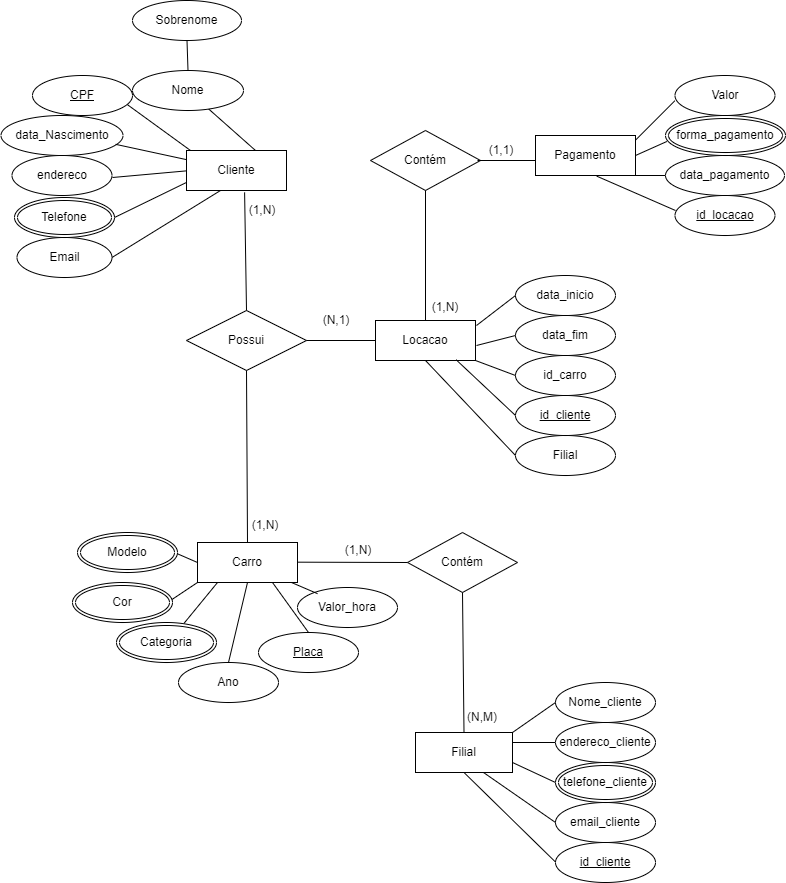
Kelly-Prone/diagramas keeps this draw.io diagram as Mapa_BD1.drawio.png. Above is the earlier version. Source tidied: cells renumbered, new cells last; positions are measured from the earlier drawing's top-left corner, leaving out a move shared by most shapes.
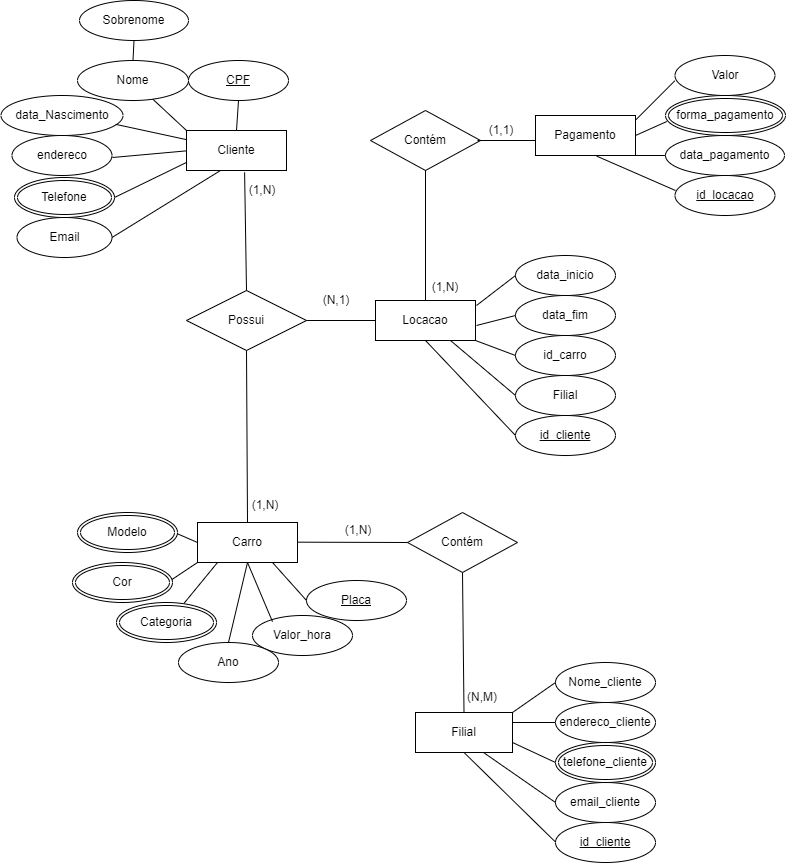
The same file after the commit.

The edit, as a diff of the source:
```diff
@@ -3,21 +3,19 @@
     <mxCell id="0" />
     <mxCell id="1" parent="0" />
     <mxCell id="2" value="Sobrenome" style="ellipse;whiteSpace=wrap;html=1;labelBackgroundColor=none;rounded=0;" parent="1" vertex="1">
-      <mxGeometry x="132" width="109" height="40" as="geometry" />
+      <mxGeometry x="79" y="20" width="109" height="40" as="geometry" />
     </mxCell>
     <mxCell id="3" value="data_Nascimento" style="ellipse;whiteSpace=wrap;html=1;labelBackgroundColor=none;rounded=0;" parent="1" vertex="1">
       <mxGeometry x="0.5" y="115" width="122" height="40" as="geometry" />
     </mxCell>
     <mxCell id="4" value="Nome" style="ellipse;whiteSpace=wrap;html=1;labelBackgroundColor=none;rounded=0;" parent="1" vertex="1">
-      <mxGeometry x="132" y="70" width="111" height="40" as="geometry" />
+      <mxGeometry x="77" y="80" width="111" height="40" as="geometry" />
     </mxCell>
     <mxCell id="5" value="Email" style="ellipse;whiteSpace=wrap;html=1;labelBackgroundColor=none;rounded=0;" parent="1" vertex="1">
       <mxGeometry x="16.5" y="237" width="95" height="40" as="geometry" />
     </mxCell>
-    <mxCell id="6" style="endArrow=none;html=1;rounded=0;labelBackgroundColor=none;fontColor=default;" parent="1" edge="1" target="4">
-      <mxGeometry relative="1" as="geometry">
-        <mxPoint x="255" y="150" as="sourcePoint" />
-      </mxGeometry>
+    <mxCell id="6" style="endArrow=none;html=1;rounded=0;labelBackgroundColor=none;fontColor=default;exitX=0;exitY=0;exitDx=0;exitDy=0;" parent="1" edge="1" source="13" target="4">
+      <mxGeometry relative="1" as="geometry" />
     </mxCell>
     <mxCell id="7" style="endArrow=none;html=1;rounded=0;entryX=0.5;entryY=1;entryDx=0;entryDy=0;labelBackgroundColor=none;fontColor=default;exitX=0.5;exitY=0;exitDx=0;exitDy=0;" parent="1" edge="1" source="4" target="2">
       <mxGeometry relative="1" as="geometry" />
@@ -32,10 +30,8 @@
         <mxPoint x="190" y="180" as="targetPoint" />
       </mxGeometry>
     </mxCell>
-    <mxCell id="10" style="endArrow=none;html=1;rounded=0;entryX=0.947;entryY=0.725;entryDx=0;entryDy=0;entryPerimeter=0;labelBackgroundColor=none;fontColor=default;exitX=0;exitY=0;exitDx=0;exitDy=0;" parent="1" edge="1" target="16">
-      <mxGeometry relative="1" as="geometry">
-        <mxPoint x="190" y="150" as="sourcePoint" />
-      </mxGeometry>
+    <mxCell id="10" style="endArrow=none;html=1;rounded=0;entryX=0.5;entryY=1;entryDx=0;entryDy=0;labelBackgroundColor=none;fontColor=default;exitX=0.5;exitY=0;exitDx=0;exitDy=0;" parent="1" edge="1" source="13" target="16">
+      <mxGeometry relative="1" as="geometry" />
     </mxCell>
     <mxCell id="11" style="endArrow=none;html=1;rounded=0;entryX=0;entryY=0.5;entryDx=0;entryDy=0;labelBackgroundColor=none;fontColor=default;" parent="1" edge="1">
       <mxGeometry relative="1" as="geometry">
@@ -58,24 +54,22 @@
       <mxGeometry x="14" y="197" width="100" height="40" as="geometry" />
     </mxCell>
     <mxCell id="16" value="CPF" style="ellipse;whiteSpace=wrap;html=1;align=center;fontStyle=4;" parent="1" vertex="1">
-      <mxGeometry x="32" y="75" width="100" height="40" as="geometry" />
+      <mxGeometry x="188" y="80" width="100" height="40" as="geometry" />
     </mxCell>
     <mxCell id="17" value="Possui" style="shape=rhombus;perimeter=rhombusPerimeter;whiteSpace=wrap;html=1;align=center;" parent="1" vertex="1">
       <mxGeometry x="186" y="310" width="120" height="60" as="geometry" />
     </mxCell>
     <mxCell id="18" value="Valor_hora" style="ellipse;whiteSpace=wrap;html=1;align=center;" parent="1" vertex="1">
-      <mxGeometry x="297" y="587" width="100" height="40" as="geometry" />
+      <mxGeometry x="252" y="635" width="100" height="40" as="geometry" />
     </mxCell>
     <mxCell id="19" value="Placa" style="ellipse;whiteSpace=wrap;html=1;align=center;fontStyle=4;" parent="1" vertex="1">
-      <mxGeometry x="258" y="632" width="100" height="40" as="geometry" />
+      <mxGeometry x="306" y="600" width="100" height="40" as="geometry" />
     </mxCell>
-    <mxCell id="20" style="endArrow=none;html=1;rounded=0;entryX=0.75;entryY=1;entryDx=0;entryDy=0;exitX=0.5;exitY=0;exitDx=0;exitDy=0;" parent="1" edge="1" source="19" target="14">
+    <mxCell id="20" style="endArrow=none;html=1;rounded=0;entryX=0.75;entryY=1;entryDx=0;entryDy=0;exitX=0;exitY=0.5;exitDx=0;exitDy=0;" parent="1" edge="1" source="19" target="14">
       <mxGeometry relative="1" as="geometry" />
     </mxCell>
-    <mxCell id="21" style="endArrow=none;html=1;rounded=0;entryX=0.5;entryY=1;entryDx=0;entryDy=0;exitX=0.2;exitY=0.154;exitDx=0;exitDy=0;exitPerimeter=0;" parent="1" edge="1" source="18">
-      <mxGeometry relative="1" as="geometry">
-        <mxPoint x="291" y="582" as="targetPoint" />
-      </mxGeometry>
+    <mxCell id="21" style="endArrow=none;html=1;rounded=0;entryX=0.5;entryY=1;entryDx=0;entryDy=0;exitX=0.2;exitY=0.154;exitDx=0;exitDy=0;exitPerimeter=0;" parent="1" edge="1" source="18" target="14">
+      <mxGeometry relative="1" as="geometry" />
     </mxCell>
     <mxCell id="22" style="endArrow=none;html=1;rounded=0;entryX=0.5;entryY=1;entryDx=0;entryDy=0;" parent="1" edge="1">
       <mxGeometry relative="1" as="geometry">
@@ -151,10 +145,10 @@
         <mxPoint x="476" y="345" as="sourcePoint" />
       </mxGeometry>
     </mxCell>
-    <mxCell id="42" style="endArrow=none;html=1;rounded=0;entryX=0;entryY=0.5;entryDx=0;entryDy=0;exitX=0.5;exitY=1;exitDx=0;exitDy=0;" parent="1" edge="1" source="36" target="76">
+    <mxCell id="42" style="endArrow=none;html=1;rounded=0;entryX=0;entryY=0.5;entryDx=0;entryDy=0;exitX=0.75;exitY=1;exitDx=0;exitDy=0;" parent="1" edge="1" source="36" target="76">
       <mxGeometry relative="1" as="geometry" />
     </mxCell>
-    <mxCell id="43" style="endArrow=none;html=1;rounded=0;entryX=0;entryY=0.5;entryDx=0;entryDy=0;exitX=0.807;exitY=0.983;exitDx=0;exitDy=0;exitPerimeter=0;" parent="1" edge="1" source="36" target="77">
+    <mxCell id="43" style="endArrow=none;html=1;rounded=0;entryX=0;entryY=0.5;entryDx=0;entryDy=0;exitX=0.5;exitY=1;exitDx=0;exitDy=0;" parent="1" edge="1" source="36" target="77">
       <mxGeometry relative="1" as="geometry" />
     </mxCell>
     <mxCell id="44" style="endArrow=none;html=1;rounded=0;entryX=0;entryY=0.5;entryDx=0;entryDy=0;exitX=1;exitY=1;exitDx=0;exitDy=0;" parent="1" edge="1" source="36">
@@ -277,10 +271,10 @@
       <mxGeometry x="11.5" y="155" width="100" height="40" as="geometry" />
     </mxCell>
     <mxCell id="76" value="Filial" style="ellipse;whiteSpace=wrap;html=1;align=center;" parent="1" vertex="1">
-      <mxGeometry x="515" y="435" width="100" height="40" as="geometry" />
+      <mxGeometry x="515" y="395" width="100" height="40" as="geometry" />
     </mxCell>
     <mxCell id="77" value="id_cliente" style="ellipse;whiteSpace=wrap;html=1;align=center;fontStyle=4;" parent="1" vertex="1">
-      <mxGeometry x="515" y="395" width="100" height="40" as="geometry" />
+      <mxGeometry x="515" y="435" width="100" height="40" as="geometry" />
     </mxCell>
   </root>
 </mxGraphModel>
```
